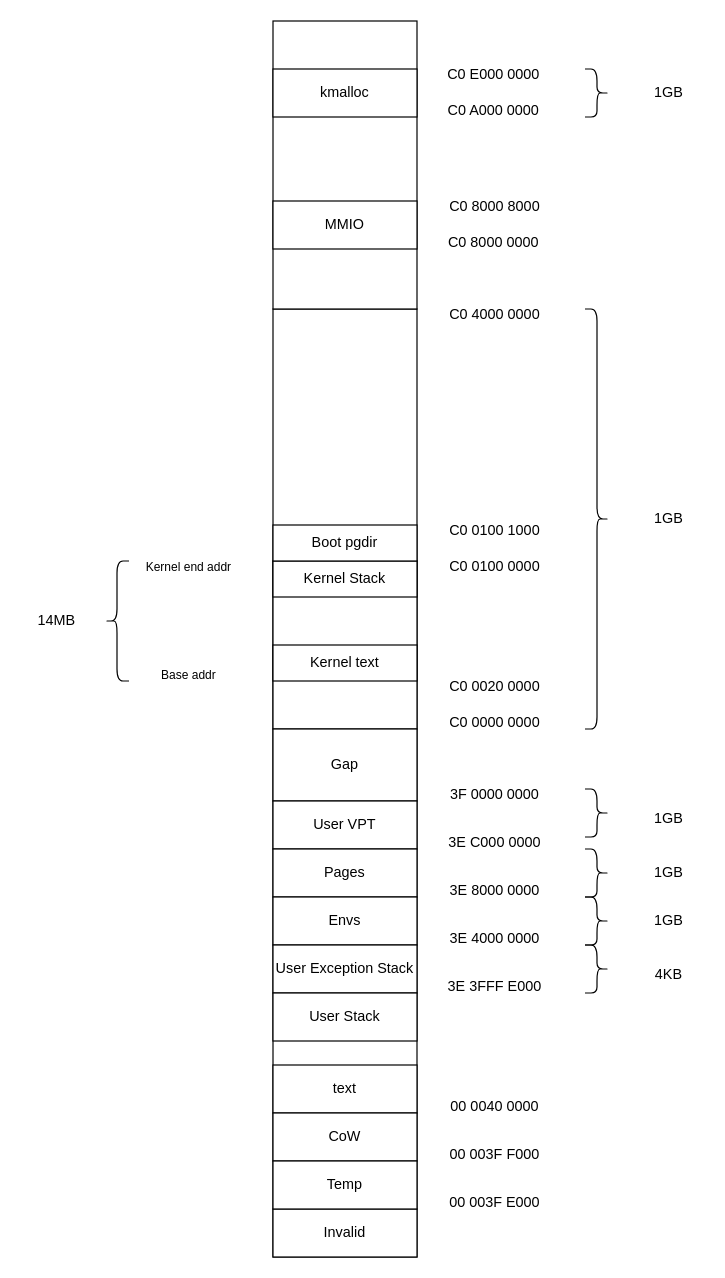
This is memory.drawio from saitewasreset/mos-riscv64, a draw.io file, before an edit. Source tidied: cells renumbered, new cells numbered last; positions are measured from the earlier drawing's top-left corner, leaving out a move shared by most shapes. Both pictures are drawn from the tidied source at 120%, with x=0, y=0 at pixel (20, 20).
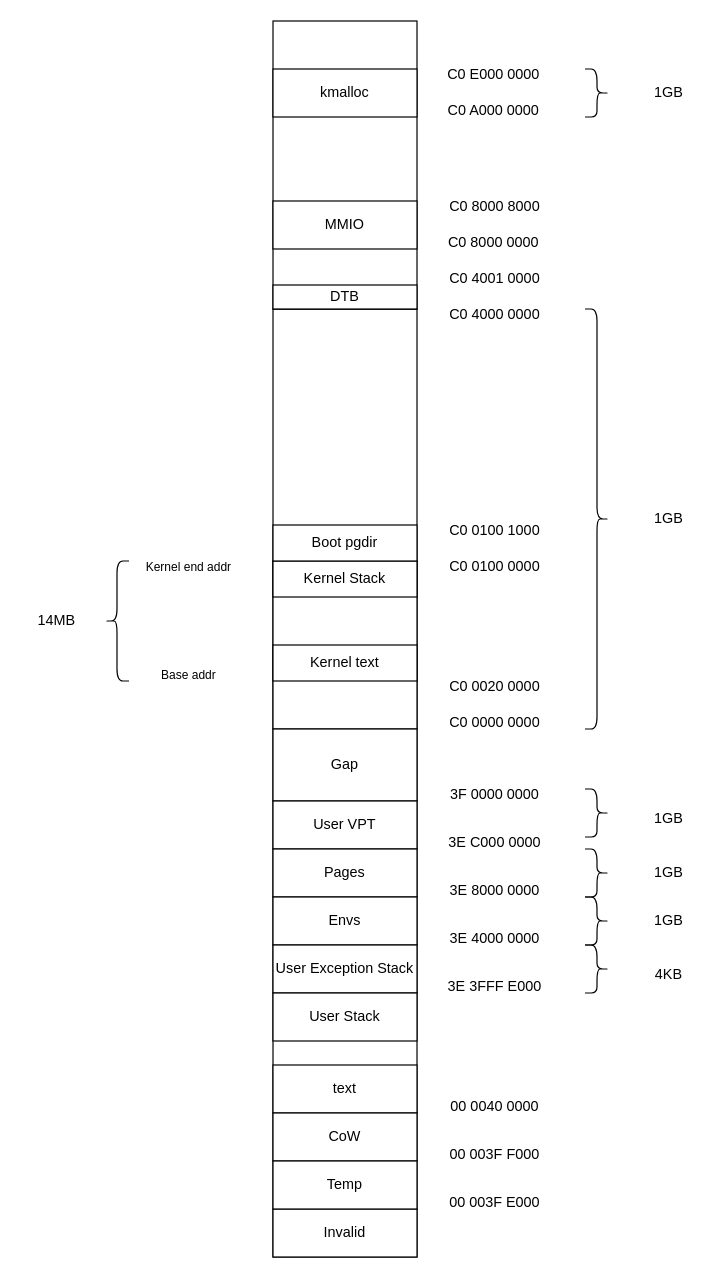
Above is the later version.

What changed in the source:
```diff
@@
+    <mxCell id="53" value="DTB" style="rounded=0;whiteSpace=wrap;html=1;" parent="1" vertex="1">
+      <mxGeometry x="210" y="220" width="120" height="20" as="geometry" />
+    </mxCell>
+    <mxCell id="54" value="C0 4001 0000" style="text;html=1;align=center;verticalAlign=middle;whiteSpace=wrap;rounded=0;" parent="1" vertex="1">
+      <mxGeometry x="330" y="200" width="130" height="30" as="geometry" />
+    </mxCell>
```
